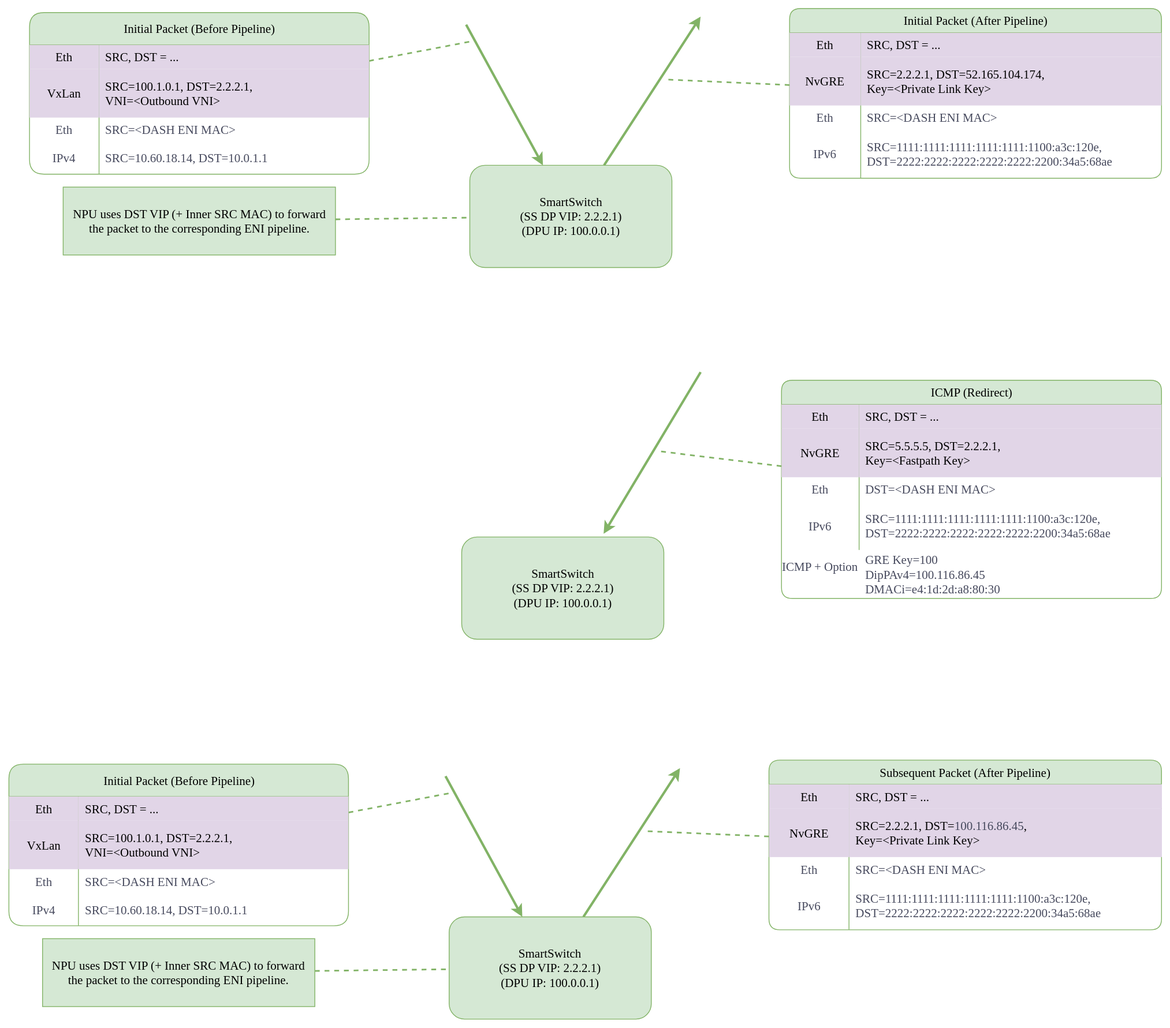
sonic-net/DASH keeps this draw.io diagram as documentation/load-bal-service/images/pl-transformation.svg. Above is the earlier version. Source tidied: cells renumbered, new cells last; positions are measured from the earlier drawing's top-left corner, leaving out a move shared by most shapes.
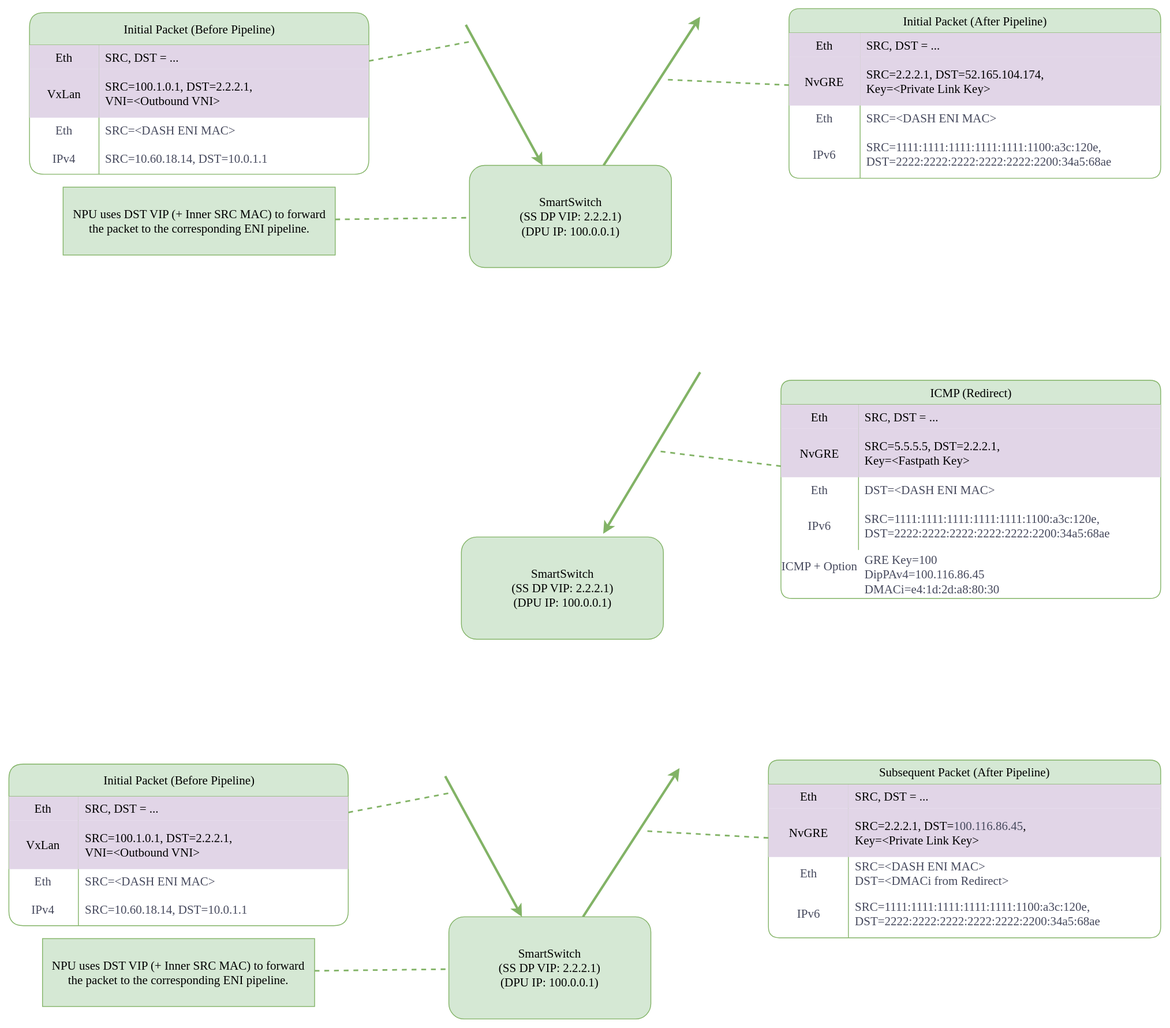
After the change.

Change to the diagram source:
```diff
@@ -61,7 +61,7 @@
       </mxGeometry>
     </mxCell>
     <mxCell id="19" value="Subsequent Packet (After Pipeline)" style="shape=table;startSize=30;rowLines=0;fontStyle=0;strokeColor=#82b366;fontSize=15;rounded=1;labelBorderColor=none;fontFamily=Consolas,Monaco;fillColor=#d5e8d4;html=1;swimlaneFillColor=#FFFFFF;" parent="1" vertex="1">
-      <mxGeometry x="940.5" y="930" width="485.5" height="210" as="geometry" />
+      <mxGeometry x="940.5" y="930" width="485.5" height="220" as="geometry" />
     </mxCell>
     <mxCell id="20" style="shape=tableRow;horizontal=0;startSize=0;swimlaneHead=0;swimlaneBody=0;top=0;left=0;bottom=0;right=0;fillColor=none;strokeColor=inherit;fontSize=15;rounded=1;labelBorderColor=none;fontFamily=Consolas,Monaco;fontColor=#46495D;html=1;" parent="19" vertex="1">
       <mxGeometry y="30" width="485.5" height="30" as="geometry" />
@@ -82,16 +82,16 @@
       <mxGeometry x="99" width="387" height="60" as="geometry" />
     </mxCell>
     <mxCell id="26" style="shape=tableRow;horizontal=0;startSize=0;swimlaneHead=0;swimlaneBody=0;top=0;left=0;bottom=0;right=0;fillColor=none;strokeColor=inherit;fontSize=15;rounded=1;labelBorderColor=none;fontFamily=Consolas,Monaco;fontColor=#46495D;html=1;" parent="19" vertex="1">
-      <mxGeometry y="120" width="485.5" height="30" as="geometry" />
+      <mxGeometry y="120" width="485.5" height="40" as="geometry" />
     </mxCell>
     <mxCell id="27" value="Eth" style="shape=partialRectangle;html=1;whiteSpace=wrap;fillColor=none;top=0;left=0;bottom=0;right=0;overflow=hidden;strokeColor=inherit;fontSize=15;rounded=1;labelBorderColor=none;fontFamily=Consolas,Monaco;fontColor=#46495D;startSize=23;" parent="26" vertex="1">
-      <mxGeometry width="99" height="30" as="geometry" />
+      <mxGeometry width="99" height="40" as="geometry" />
     </mxCell>
-    <mxCell id="28" value="SRC=&amp;lt;DASH ENI MAC&amp;gt;" style="shape=partialRectangle;html=1;whiteSpace=wrap;fillColor=none;top=0;left=0;bottom=0;right=0;align=left;spacingLeft=6;overflow=hidden;strokeColor=inherit;fontSize=15;rounded=1;labelBorderColor=none;fontFamily=Consolas,Monaco;fontColor=#46495D;startSize=23;" parent="26" vertex="1">
-      <mxGeometry x="99" width="387" height="30" as="geometry" />
+    <mxCell id="28" value="SRC=&amp;lt;DASH ENI MAC&amp;gt;&lt;br&gt;DST=&amp;lt;DMACi from Redirect&amp;gt;" style="shape=partialRectangle;html=1;whiteSpace=wrap;fillColor=none;top=0;left=0;bottom=0;right=0;align=left;spacingLeft=6;overflow=hidden;strokeColor=inherit;fontSize=15;rounded=1;labelBorderColor=none;fontFamily=Consolas,Monaco;fontColor=#46495D;startSize=23;" parent="26" vertex="1">
+      <mxGeometry x="99" width="387" height="40" as="geometry" />
     </mxCell>
     <mxCell id="29" style="shape=tableRow;horizontal=0;startSize=0;swimlaneHead=0;swimlaneBody=0;top=0;left=0;bottom=0;right=0;fillColor=none;strokeColor=inherit;fontSize=15;rounded=1;labelBorderColor=none;fontFamily=Consolas,Monaco;fontColor=#46495D;html=1;" parent="19" vertex="1">
-      <mxGeometry y="150" width="485.5" height="60" as="geometry" />
+      <mxGeometry y="160" width="485.5" height="60" as="geometry" />
     </mxCell>
     <mxCell id="30" value="IPv6" style="shape=partialRectangle;html=1;whiteSpace=wrap;fillColor=none;top=0;left=0;bottom=0;right=0;overflow=hidden;strokeColor=inherit;fontSize=15;rounded=1;labelBorderColor=none;fontFamily=Consolas,Monaco;fontColor=#46495D;startSize=23;" parent="29" vertex="1">
       <mxGeometry width="99" height="60" as="geometry" />
```
